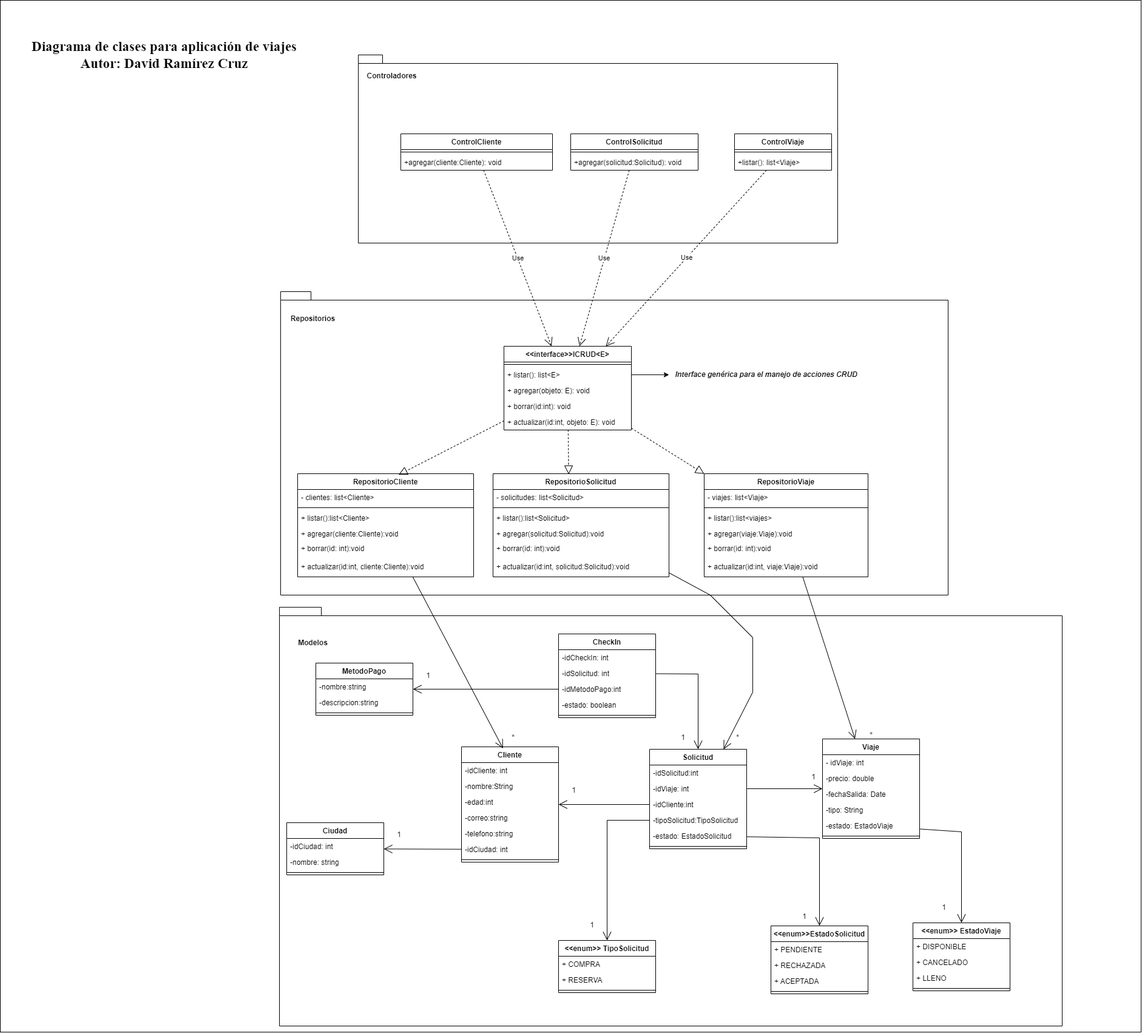
Davidrc26/prueba-tecnica-backend keeps this draw.io diagram as diagramas/diagrama de clases.png. Above is the earlier version. Source tidied: cells renumbered, new cells last; positions are measured from the earlier drawing's top-left corner, leaving out a move shared by most shapes.
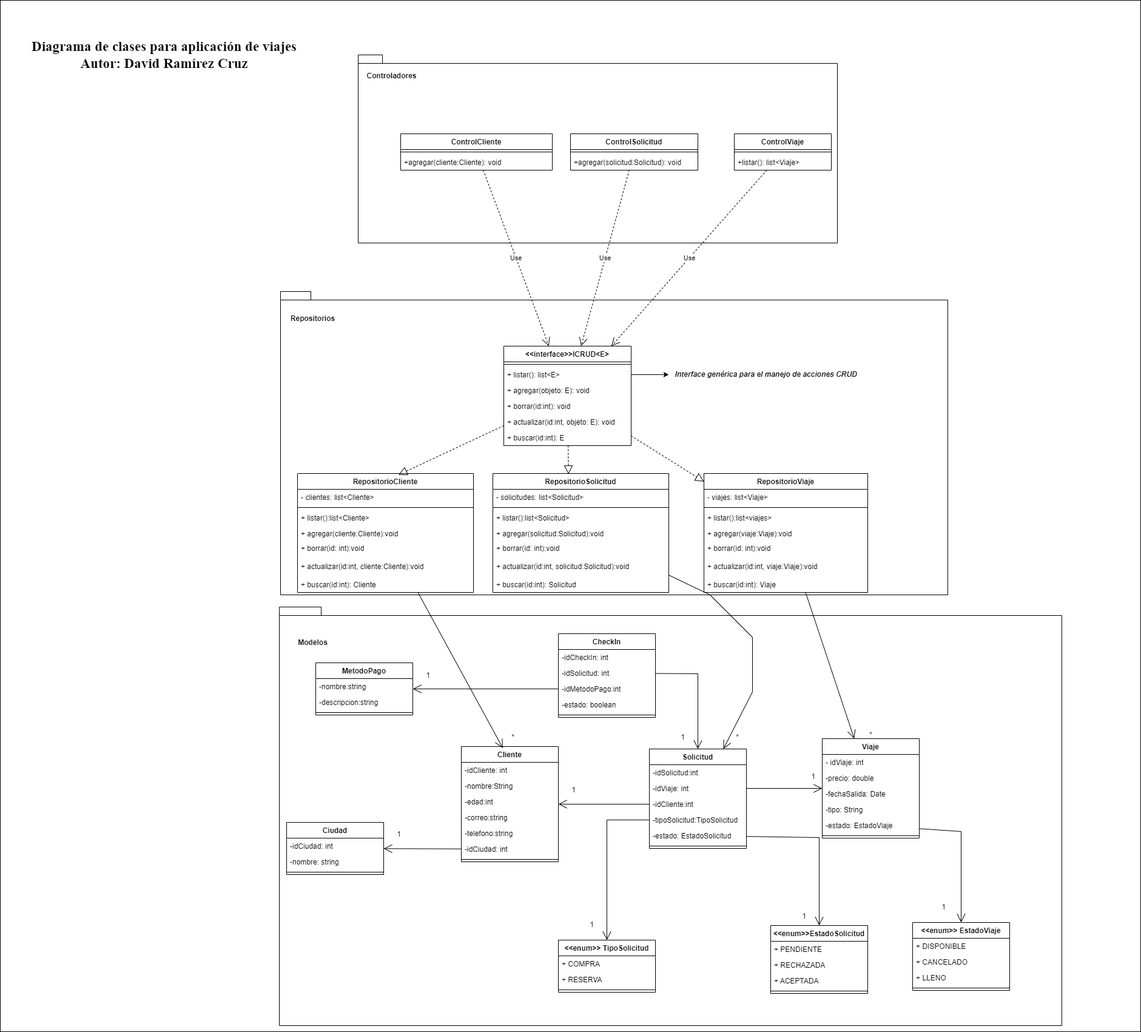
The same diagram one commit later.

Commit message:
cambios al diagrama y ajustes al pseudocódigo

Change to the diagram source:
```diff
@@ -211,7 +211,7 @@
       <mxGeometry x="480" y="1044" width="70" height="30" as="geometry" />
     </mxCell>
     <mxCell id="66" value="RepositorioViaje" style="swimlane;fontStyle=1;align=center;verticalAlign=top;horizontal=1;startSize=26;whiteSpace=wrap;html=1;" parent="1" vertex="1">
-      <mxGeometry x="1160" y="780" width="270" height="170" as="geometry" />
+      <mxGeometry x="1160" y="780" width="270" height="196" as="geometry" />
     </mxCell>
     <mxCell id="67" value="- viajes: list&amp;lt;Viaje&amp;gt;" style="text;strokeColor=none;fillColor=none;align=left;verticalAlign=top;spacingLeft=4;spacingRight=4;overflow=hidden;whiteSpace=wrap;html=1;" parent="66" vertex="1">
       <mxGeometry y="26" width="270" height="26" as="geometry" />
@@ -231,8 +231,11 @@
     <mxCell id="72" value="+ actualizar(id:int, viaje:Viaje):void" style="text;strokeColor=none;fillColor=none;align=left;verticalAlign=top;spacingLeft=4;spacingRight=4;overflow=hidden;whiteSpace=wrap;html=1;" parent="66" vertex="1">
       <mxGeometry y="140" width="270" height="30" as="geometry" />
     </mxCell>
+    <mxCell id="126" value="+ buscar(id:int): Viaje" style="text;strokeColor=none;fillColor=none;align=left;verticalAlign=top;spacingLeft=4;spacingRight=4;overflow=hidden;whiteSpace=wrap;html=1;" parent="66" vertex="1">
+      <mxGeometry y="170" width="270" height="26" as="geometry" />
+    </mxCell>
     <mxCell id="73" value="RepositorioSolicitud" style="swimlane;fontStyle=1;align=center;verticalAlign=top;horizontal=1;startSize=26;whiteSpace=wrap;html=1;" parent="1" vertex="1">
-      <mxGeometry x="812" y="780" width="290" height="170" as="geometry" />
+      <mxGeometry x="812" y="780" width="290" height="196" as="geometry" />
     </mxCell>
     <mxCell id="74" value="- solicitudes: list&amp;lt;Solicitud&amp;gt;" style="text;strokeColor=none;fillColor=none;align=left;verticalAlign=top;spacingLeft=4;spacingRight=4;overflow=hidden;whiteSpace=wrap;html=1;" parent="73" vertex="1">
       <mxGeometry y="26" width="290" height="26" as="geometry" />
@@ -252,8 +255,11 @@
     <mxCell id="79" value="+ actualizar(id:int, solicitud:Solicitud):void" style="text;strokeColor=none;fillColor=none;align=left;verticalAlign=top;spacingLeft=4;spacingRight=4;overflow=hidden;whiteSpace=wrap;html=1;" parent="73" vertex="1">
       <mxGeometry y="140" width="290" height="30" as="geometry" />
     </mxCell>
+    <mxCell id="127" value="+ buscar(id:int): Solicitud" style="text;strokeColor=none;fillColor=none;align=left;verticalAlign=top;spacingLeft=4;spacingRight=4;overflow=hidden;whiteSpace=wrap;html=1;" parent="73" vertex="1">
+      <mxGeometry y="170" width="290" height="26" as="geometry" />
+    </mxCell>
     <mxCell id="80" value="RepositorioCliente" style="swimlane;fontStyle=1;align=center;verticalAlign=top;horizontal=1;startSize=26;whiteSpace=wrap;html=1;" parent="1" vertex="1">
-      <mxGeometry x="490" y="780" width="290" height="170" as="geometry" />
+      <mxGeometry x="490" y="780" width="290" height="196" as="geometry" />
     </mxCell>
     <mxCell id="81" value="- clientes: list&amp;lt;Cliente&amp;gt;" style="text;strokeColor=none;fillColor=none;align=left;verticalAlign=top;spacingLeft=4;spacingRight=4;overflow=hidden;whiteSpace=wrap;html=1;" parent="80" vertex="1">
       <mxGeometry y="26" width="290" height="26" as="geometry" />
@@ -273,8 +279,11 @@
     <mxCell id="86" value="+ actualizar(id:int, cliente:Cliente):void" style="text;strokeColor=none;fillColor=none;align=left;verticalAlign=top;spacingLeft=4;spacingRight=4;overflow=hidden;whiteSpace=wrap;html=1;" parent="80" vertex="1">
       <mxGeometry y="140" width="290" height="30" as="geometry" />
     </mxCell>
+    <mxCell id="128" value="+ buscar(id:int): Cliente" style="text;strokeColor=none;fillColor=none;align=left;verticalAlign=top;spacingLeft=4;spacingRight=4;overflow=hidden;whiteSpace=wrap;html=1;" parent="80" vertex="1">
+      <mxGeometry y="170" width="290" height="26" as="geometry" />
+    </mxCell>
     <mxCell id="87" value="&amp;lt;&amp;lt;interface&amp;gt;&amp;gt;ICRUD&amp;lt;E&amp;gt;" style="swimlane;fontStyle=1;align=center;verticalAlign=top;horizontal=1;startSize=26;whiteSpace=wrap;html=1;" parent="1" vertex="1">
-      <mxGeometry x="830" y="570" width="210" height="138" as="geometry" />
+      <mxGeometry x="830" y="570" width="210" height="164" as="geometry" />
     </mxCell>
     <mxCell id="88" style="line;strokeWidth=1;fillColor=none;align=left;verticalAlign=middle;spacingTop=-1;spacingLeft=3;spacingRight=3;labelPosition=right;strokeColor=inherit;" parent="87" vertex="1">
       <mxGeometry y="26" width="210" height="8" as="geometry" />
@@ -291,6 +300,9 @@
     <mxCell id="92" value="+ actualizar(id:int, objeto: E): void" style="text;strokeColor=none;fillColor=none;align=left;verticalAlign=top;spacingLeft=4;spacingRight=4;overflow=hidden;whiteSpace=wrap;html=1;" parent="87" vertex="1">
       <mxGeometry y="112" width="210" height="26" as="geometry" />
     </mxCell>
+    <mxCell id="129" value="+ buscar(id:int): E" style="text;strokeColor=none;fillColor=none;align=left;verticalAlign=top;spacingLeft=4;spacingRight=4;overflow=hidden;whiteSpace=wrap;html=1;" parent="87" vertex="1">
+      <mxGeometry y="138" width="210" height="26" as="geometry" />
+    </mxCell>
     <mxCell id="93" style="endArrow=block;dashed=1;endFill=0;endSize=12;html=1;rounded=0;entryX=0.574;entryY=0.011;entryDx=0;entryDy=0;entryPerimeter=0;" parent="1" edge="1" source="87" target="80">
       <mxGeometry relative="1" as="geometry" />
     </mxCell>
```
